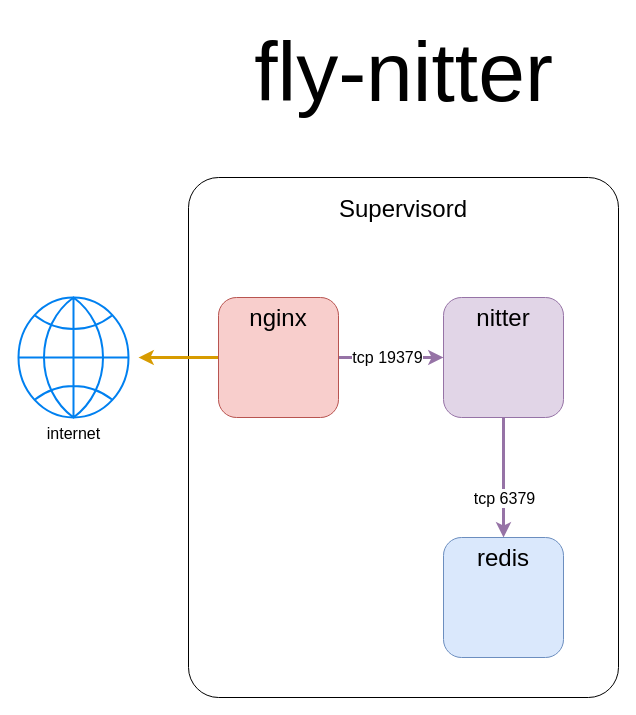
Above: diagram/fly-nitter.drawio in cubismod/fly-nitter (draw.io), before the change. Source tidied: cells renumbered, new cells numbered last; positions are measured from the earlier drawing's top-left corner, leaving out a move shared by most shapes. Both pictures are drawn from the tidied source at 100%, with x=0, y=0 at pixel (18, 17).
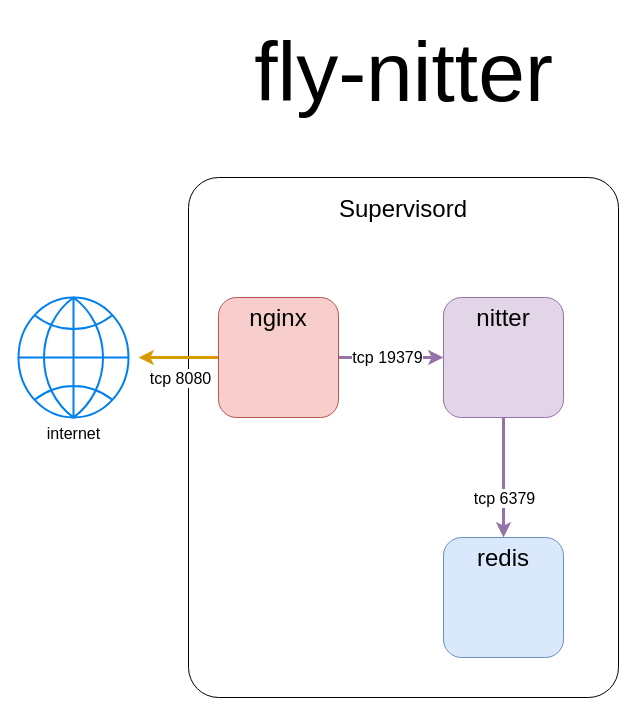
The same diagram, later.

Change to the diagram source:
```diff
@@
 <mxGraphModel>
   <root>
     <mxCell id="0" />
     <mxCell id="1" parent="0" />
     <mxCell id="2" value="fly-nitter" style="text;html=1;align=center;verticalAlign=middle;strokeColor=none;fillColor=none;fontFamily=DM Sans;fontSize=84;" parent="1" vertex="1">
       <mxGeometry x="200" width="370" height="110" as="geometry" />
     </mxCell>
     <mxCell id="3" value="&lt;p style=&quot;line-height: 10%; font-size: 24px;&quot;&gt;Supervisord&lt;/p&gt;" style="rounded=1;whiteSpace=wrap;html=1;fontSize=24;fontFamily=DM Sans;verticalAlign=top;labelBackgroundColor=none;fillColor=none;arcSize=7;" parent="1" vertex="1">
       <mxGeometry x="170" y="160" width="430" height="520" as="geometry" />
     </mxCell>
     <mxCell id="4" style="edgeStyle=orthogonalEdgeStyle;rounded=0;jettySize=auto;html=1;entryX=0;entryY=0.5;entryDx=0;entryDy=0;strokeWidth=3;fontFamily=DM Sans;fontSize=16;fillColor=#e1d5e7;strokeColor=#9673a6;" parent="1" edge="1" source="7" target="11">
       <mxGeometry relative="1" as="geometry" />
     </mxCell>
     <mxCell id="5" value="tcp 19379" style="edgeLabel;html=1;align=center;verticalAlign=middle;fontSize=16;fontFamily=DM Sans;" parent="4" vertex="1">
       <mxGeometry x="-0.09" y="1" relative="1" as="geometry" />
     </mxCell>
     <mxCell id="6" style="edgeStyle=orthogonalEdgeStyle;rounded=0;jettySize=auto;html=1;strokeWidth=3;fontFamily=DM Sans;fontSize=16;fillColor=#ffe6cc;strokeColor=#d79b00;" parent="1" edge="1" source="7">
       <mxGeometry relative="1" as="geometry">
         <mxPoint x="120" y="340" as="targetPoint" />
       </mxGeometry>
     </mxCell>
+    <mxCell id="13" value="tcp 8080" style="edgeLabel;html=1;align=center;verticalAlign=middle;fontSize=16;fontFamily=DM Sans;" parent="6" vertex="1">
+      <mxGeometry x="-0.03" y="1" relative="1" as="geometry">
+        <mxPoint y="19" as="offset" />
+      </mxGeometry>
+    </mxCell>
     <mxCell id="7" value="nginx" style="rounded=1;whiteSpace=wrap;html=1;labelBackgroundColor=none;fontFamily=DM Sans;fontSize=24;fillColor=#f8cecc;strokeColor=#b85450;verticalAlign=top;" parent="1" vertex="1">
       <mxGeometry x="200" y="280" width="120" height="120" as="geometry" />
     </mxCell>
     <mxCell id="8" value="redis" style="rounded=1;whiteSpace=wrap;html=1;labelBackgroundColor=none;fontFamily=DM Sans;fontSize=24;fillColor=#dae8fc;strokeColor=#6c8ebf;verticalAlign=top;" parent="1" vertex="1">
       <mxGeometry x="425" y="520" width="120" height="120" as="geometry" />
     </mxCell>
     <mxCell id="9" style="edgeStyle=orthogonalEdgeStyle;rounded=0;jettySize=auto;html=1;entryX=0.5;entryY=0;entryDx=0;entryDy=0;fontFamily=DM Sans;fontSize=24;strokeWidth=3;fillColor=#e1d5e7;strokeColor=#9673a6;" parent="1" edge="1" source="11" target="8">
       <mxGeometry relative="1" as="geometry" />
     </mxCell>
     <mxCell id="10" value="tcp 6379" style="edgeLabel;html=1;align=center;verticalAlign=middle;fontSize=16;fontFamily=DM Sans;" parent="9" vertex="1">
       <mxGeometry x="-0.05" y="1" relative="1" as="geometry">
         <mxPoint x="-1" y="23" as="offset" />
       </mxGeometry>
     </mxCell>
     <mxCell id="11" value="nitter" style="rounded=1;whiteSpace=wrap;html=1;labelBackgroundColor=none;fontFamily=DM Sans;fontSize=24;fillColor=#e1d5e7;strokeColor=#9673a6;verticalAlign=top;" parent="1" vertex="1">
       <mxGeometry x="425" y="280" width="120" height="120" as="geometry" />
     </mxCell>
     <mxCell id="12" value="internet" style="html=1;verticalLabelPosition=bottom;align=center;labelBackgroundColor=#ffffff;verticalAlign=top;strokeWidth=2;strokeColor=#0080F0;shadow=0;dashed=0;shape=mxgraph.ios7.icons.globe;fontFamily=DM Sans;fontSize=16;fillColor=none;" parent="1" vertex="1">
       <mxGeometry y="280" width="110" height="120" as="geometry" />
     </mxCell>
   </root>
 </mxGraphModel>
```
